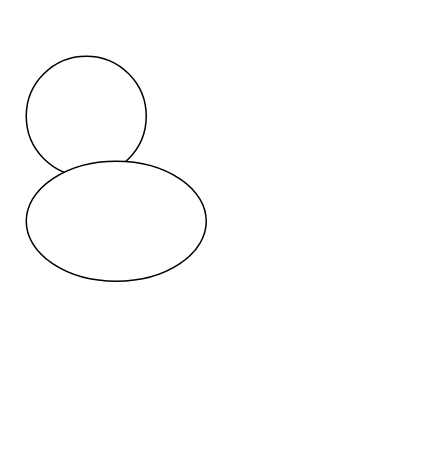
The draw.io diagram Untitled Diagram.drawio in motohalu/HelloGit, before the edit. Source tidied: cells renumbered, new cells numbered last; positions are measured from the earlier drawing's top-left corner, leaving out a move shared by most shapes. Both pictures are drawn from the tidied source at 150%, with x=0, y=0 at pixel (26, 56).
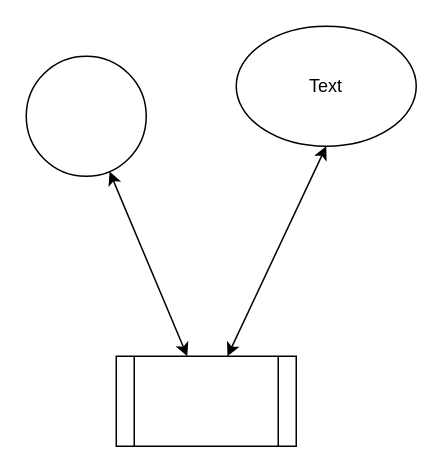
The same diagram, later.

Commit message:
Untitled Diagram.drawio を更新します

Change to the diagram source:
```diff
@@
 <mxGraphModel>
   <root>
     <mxCell id="0" />
     <mxCell id="1" parent="0" />
     <mxCell id="2" style="ellipse;whiteSpace=wrap;html=1;" parent="1" vertex="1">
       <mxGeometry width="80" height="80" as="geometry" />
     </mxCell>
     <mxCell id="3" style="ellipse;whiteSpace=wrap;html=1;" parent="1" vertex="1">
-      <mxGeometry y="70" width="120" height="80" as="geometry" />
+      <mxGeometry x="140" y="-20" width="120" height="80" as="geometry" />
     </mxCell>
+    <mxCell id="4" style="shape=process;whiteSpace=wrap;html=1;backgroundOutline=1;" parent="1" vertex="1">
+      <mxGeometry x="60" y="200" width="120" height="60" as="geometry" />
+    </mxCell>
+    <mxCell id="5" style="endArrow=classic;startArrow=classic;html=1;" parent="1" edge="1" source="4" target="2">
+      <mxGeometry relative="1" as="geometry" />
+    </mxCell>
+    <mxCell id="6" style="endArrow=classic;startArrow=classic;html=1;entryX=0.5;entryY=1;entryDx=0;entryDy=0;" parent="1" edge="1" source="4" target="3">
+      <mxGeometry relative="1" as="geometry" />
+    </mxCell>
+    <mxCell id="7" value="Text" style="text;html=1;strokeColor=none;fillColor=none;align=center;verticalAlign=middle;whiteSpace=wrap;rounded=0;" parent="1" vertex="1">
+      <mxGeometry x="180" y="10" width="40" height="20" as="geometry" />
+    </mxCell>
   </root>
 </mxGraphModel>
```
